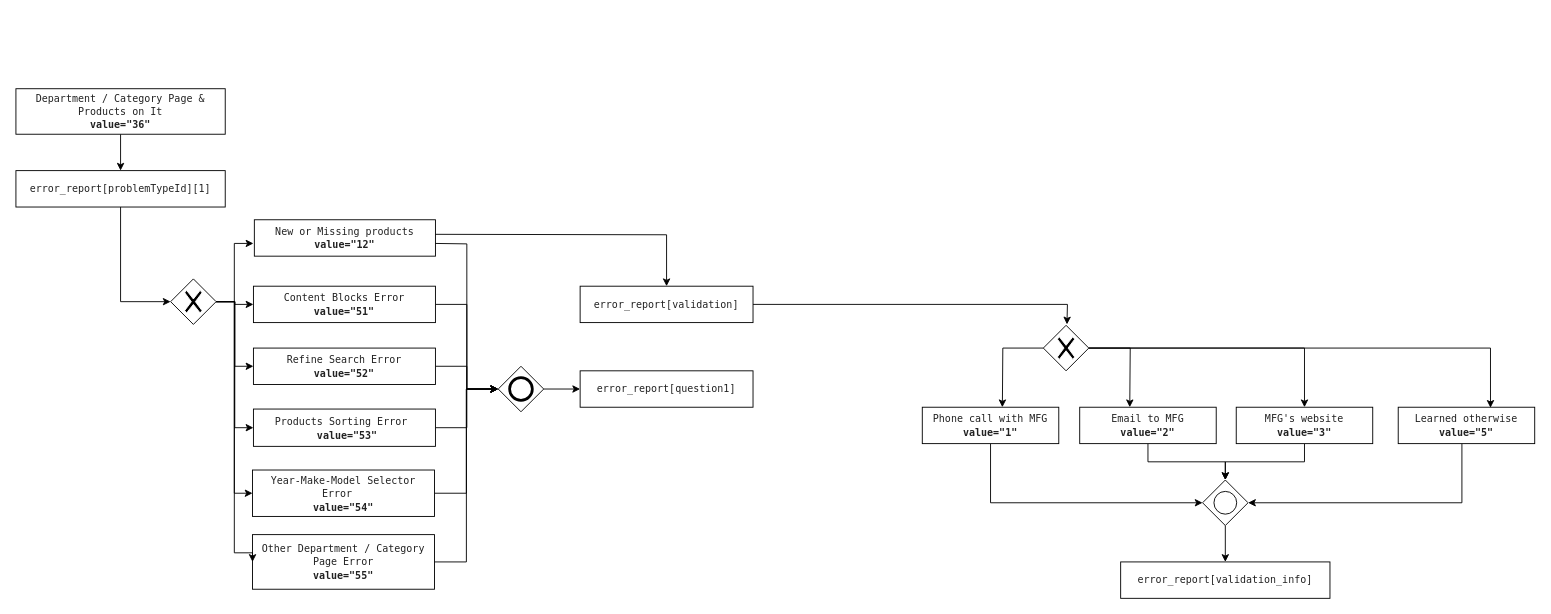
yvelio/test keeps this draw.io diagram as page "Department / Category Page & Products on It" (3 of 11) of report-error.drawio. Above is the earlier version. Source tidied: cells renumbered, new cells numbered last; positions are measured from the earlier drawing's top-left corner, leaving out a move shared by most shapes. Both pictures are drawn from the tidied source at 91%, with x=0, y=0 at pixel (15, 88).
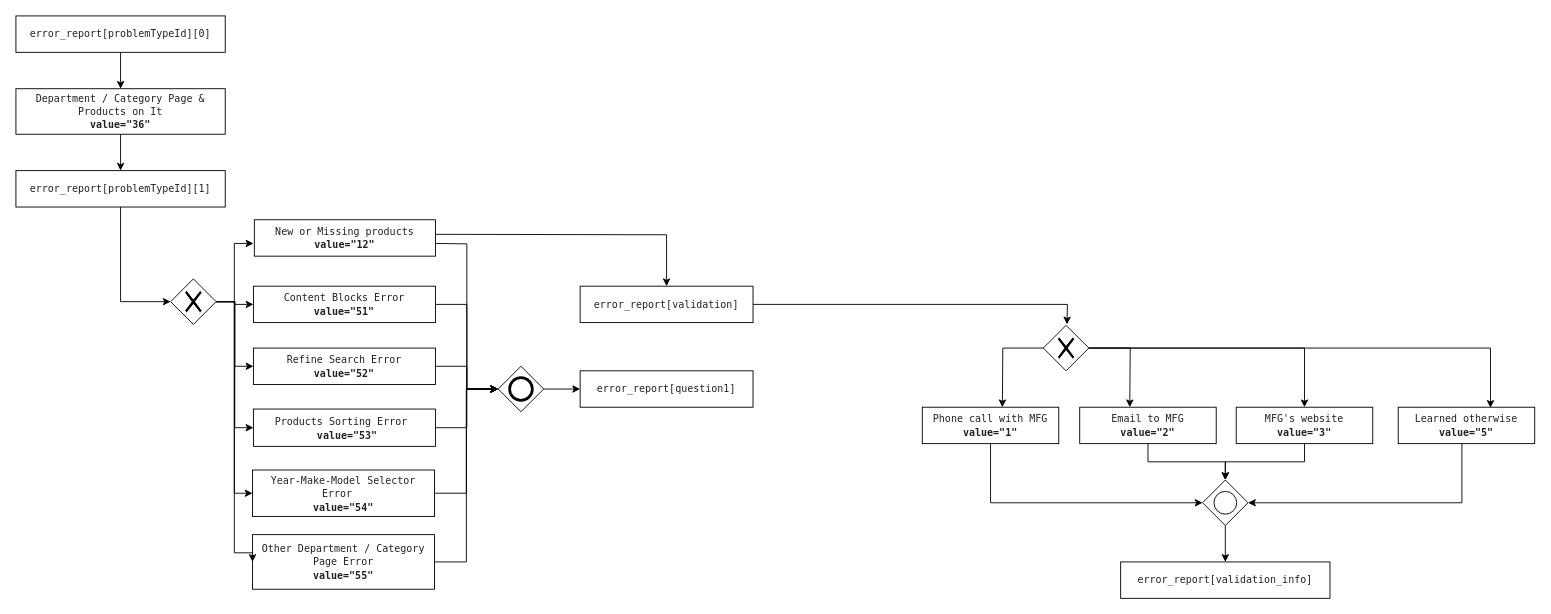
Above is the later version.

The change refers to these unchanged cells:
```xml
<mxCell id="29" value="&lt;span style=&quot;color: rgb(34 , 34 , 34) ; font-family: &amp;#34;menlo&amp;#34; , monospace ; font-size: 11px ; text-align: left ; background-color: rgb(255 , 255 , 255)&quot;&gt;Department / Category Page &amp;amp; Products on It&lt;br&gt;&lt;/span&gt;&lt;b style=&quot;color: rgb(34 , 34 , 34) ; font-family: &amp;#34;menlo&amp;#34; , monospace ; font-size: 11px ; text-align: left ; background-color: rgb(255 , 255 , 255)&quot;&gt;value=&quot;36&quot;&lt;/b&gt;&lt;span style=&quot;color: rgb(34 , 34 , 34) ; font-family: &amp;#34;menlo&amp;#34; , monospace ; font-size: 11px ; text-align: left ; background-color: rgb(255 , 255 , 255)&quot;&gt;&lt;br&gt;     &lt;/span&gt;" style="whiteSpace=wrap;html=1;verticalAlign=middle;" parent="1" vertex="1">
  <mxGeometry width="230" height="50" as="geometry" />
</mxCell>
```

What changed in the source:
```diff
@@
+    <mxCell id="47" style="edgeStyle=orthogonalEdgeStyle;rounded=0;jettySize=auto;html=1;" parent="1" edge="1" source="48" target="29">
+      <mxGeometry relative="1" as="geometry" />
+    </mxCell>
+    <mxCell id="48" value="&lt;span style=&quot;color: rgb(34 , 34 , 34) ; font-family: &amp;#34;menlo&amp;#34; , monospace ; font-size: 11px ; text-align: left ; background-color: rgb(255 , 255 , 255)&quot;&gt;error_report[problemTypeId][0]&lt;/span&gt;" style="whiteSpace=wrap;html=1;" parent="1" vertex="1">
+      <mxGeometry y="-80" width="230" height="40" as="geometry" />
+    </mxCell>
```
